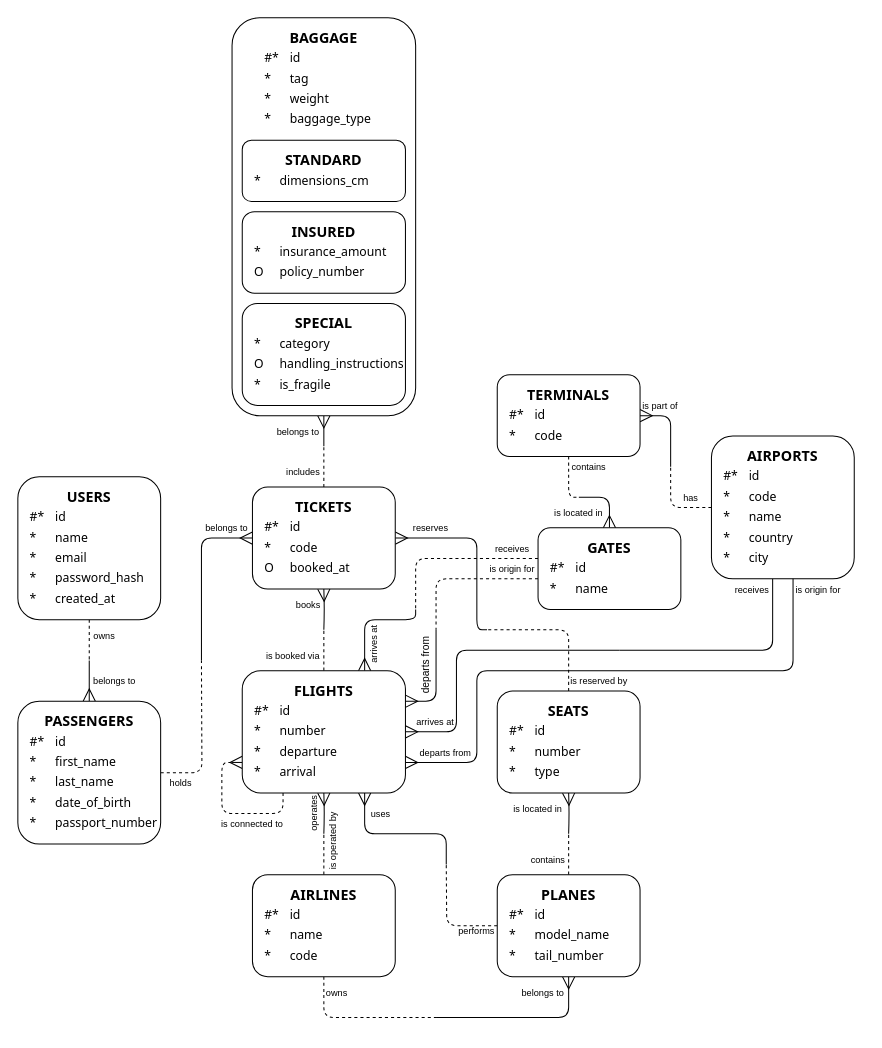
This is barker.drawio from erpixxx/airport, a draw.io file, before an edit. Source tidied: cells renumbered, new cells numbered last; positions are measured from the earlier drawing's top-left corner, leaving out a move shared by most shapes. Both pictures are drawn from the tidied source at 102%, with x=0, y=0 at pixel (17, 17).
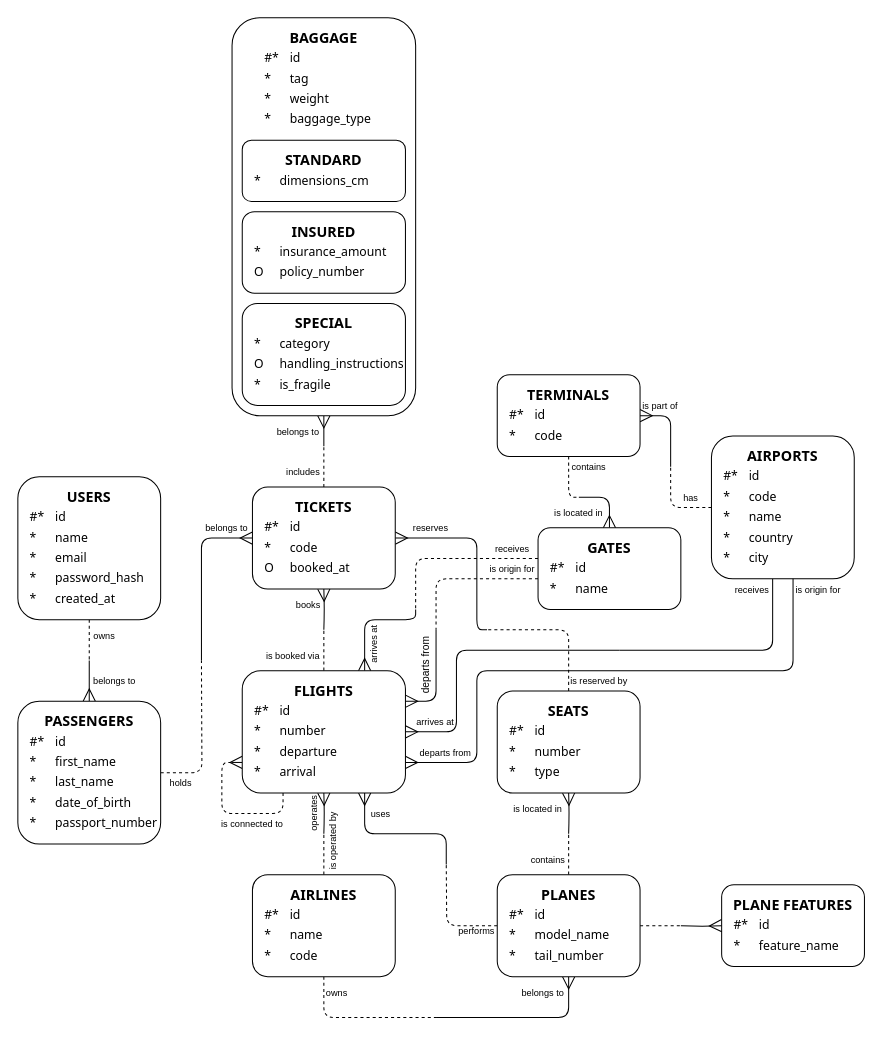
The same page after the edit.

Unchanged cells that the change refers to:
```xml
<mxCell id="100" style="group;" parent="1" vertex="1">
  <mxGeometry x="470" y="840" width="140" height="100" as="geometry" />
</mxCell>
<mxCell id="103" style="rounded=1;whiteSpace=wrap;html=1;fontStyle=0;" parent="100" vertex="1">
  <mxGeometry width="140" height="100" as="geometry" />
</mxCell>
```

What changed in the source:
```diff
@@
+    <mxCell id="150" style="edgeStyle=orthogonalEdgeStyle;rounded=0;jettySize=auto;html=1;endArrow=none;endFill=0;dashed=1;" parent="100" edge="1" source="103">
+      <mxGeometry relative="1" as="geometry">
+        <mxPoint x="180" y="50" as="targetPoint" />
+      </mxGeometry>
+    </mxCell>
@@
+    <mxCell id="151" style="group;" parent="1" vertex="1">
+      <mxGeometry x="690" y="850" width="140" height="80" as="geometry" />
+    </mxCell>
+    <mxCell id="152" style="rounded=1;whiteSpace=wrap;html=1;fontStyle=0;" parent="151" vertex="1">
+      <mxGeometry width="140" height="80" as="geometry" />
+    </mxCell>
+    <mxCell id="153" value="&lt;font face=&quot;Tahoma&quot;&gt;#*&lt;span style=&quot;white-space: pre;&quot;&gt;&#9;&lt;/span&gt;id&lt;/font&gt;" style="text;html=1;whiteSpace=wrap;strokeColor=none;fillColor=none;align=left;verticalAlign=middle;rounded=0;fontStyle=0;" parent="151" vertex="1">
+      <mxGeometry x="10" y="30" width="120" height="20" as="geometry" />
+    </mxCell>
+    <mxCell id="154" value="&lt;font face=&quot;Tahoma&quot;&gt;&lt;span style=&quot;font-size: 14px;&quot;&gt;PLANE FEATURES&lt;/span&gt;&lt;/font&gt;" style="text;html=1;whiteSpace=wrap;strokeColor=none;fillColor=none;align=center;verticalAlign=middle;rounded=0;fontStyle=1;" parent="151" vertex="1">
+      <mxGeometry y="10" width="140" height="20" as="geometry" />
+    </mxCell>
+    <mxCell id="155" value="&lt;font face=&quot;Tahoma&quot;&gt;*&lt;span style=&quot;white-space: pre;&quot;&gt;&#9;&lt;/span&gt;feature_name&lt;/font&gt;" style="text;html=1;whiteSpace=wrap;strokeColor=none;fillColor=none;align=left;verticalAlign=middle;rounded=0;fontStyle=0;" parent="151" vertex="1">
+      <mxGeometry x="10" y="50" width="120" height="20" as="geometry" />
+    </mxCell>
+    <mxCell id="156" style="edgeStyle=orthogonalEdgeStyle;rounded=0;jettySize=auto;html=1;entryX=0;entryY=0.5;entryDx=0;entryDy=0;endArrow=ERmany;endFill=0;endSize=10;" parent="1" edge="1" target="152">
+      <mxGeometry relative="1" as="geometry">
+        <mxPoint x="650" y="890" as="sourcePoint" />
+      </mxGeometry>
+    </mxCell>
```
